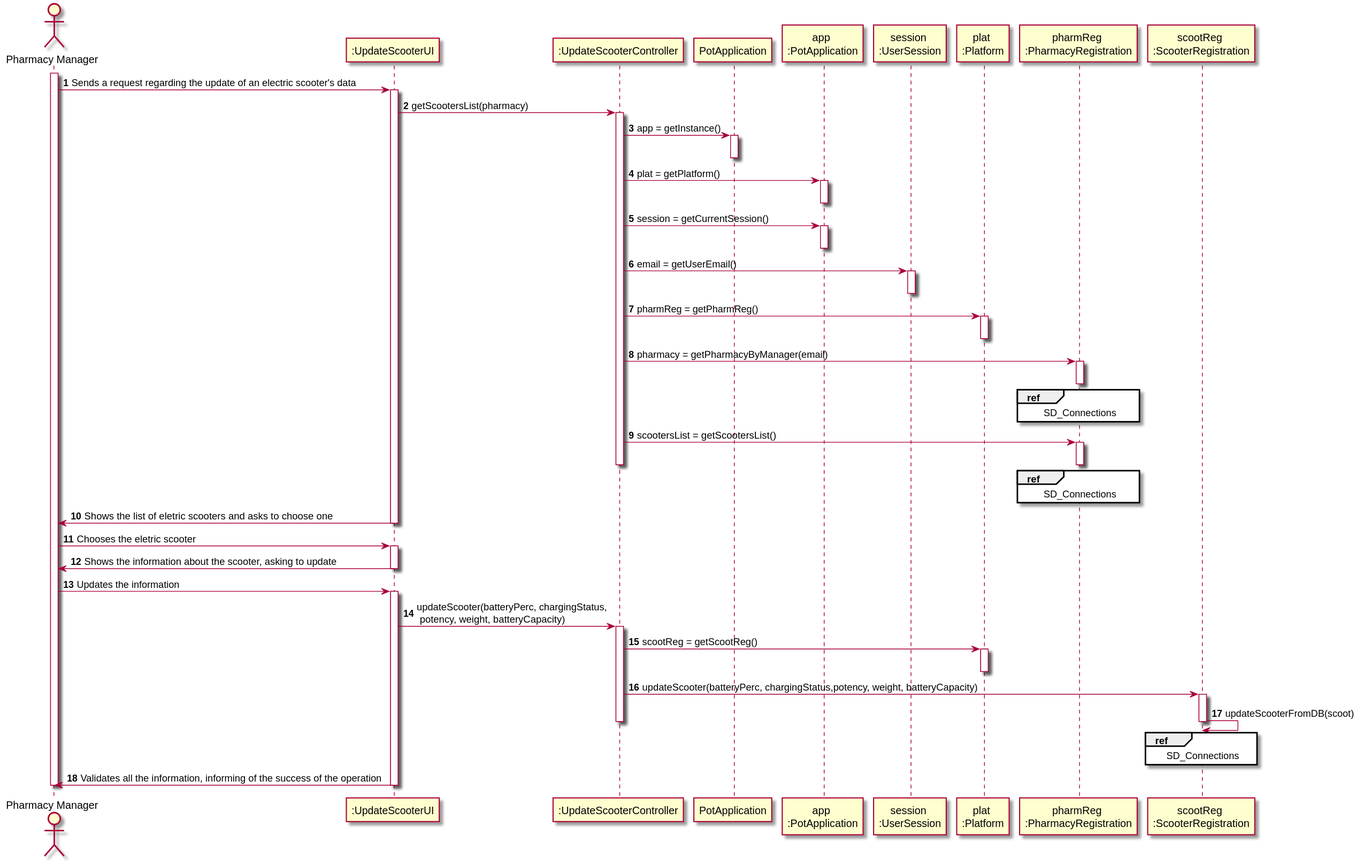
This is docs/Iteration 1/Scooter Management/US32_UpdateScooter/US32_SD.svg from tiagoavcosta25/LAPR3, a PlantUML export, as it was before one commit.
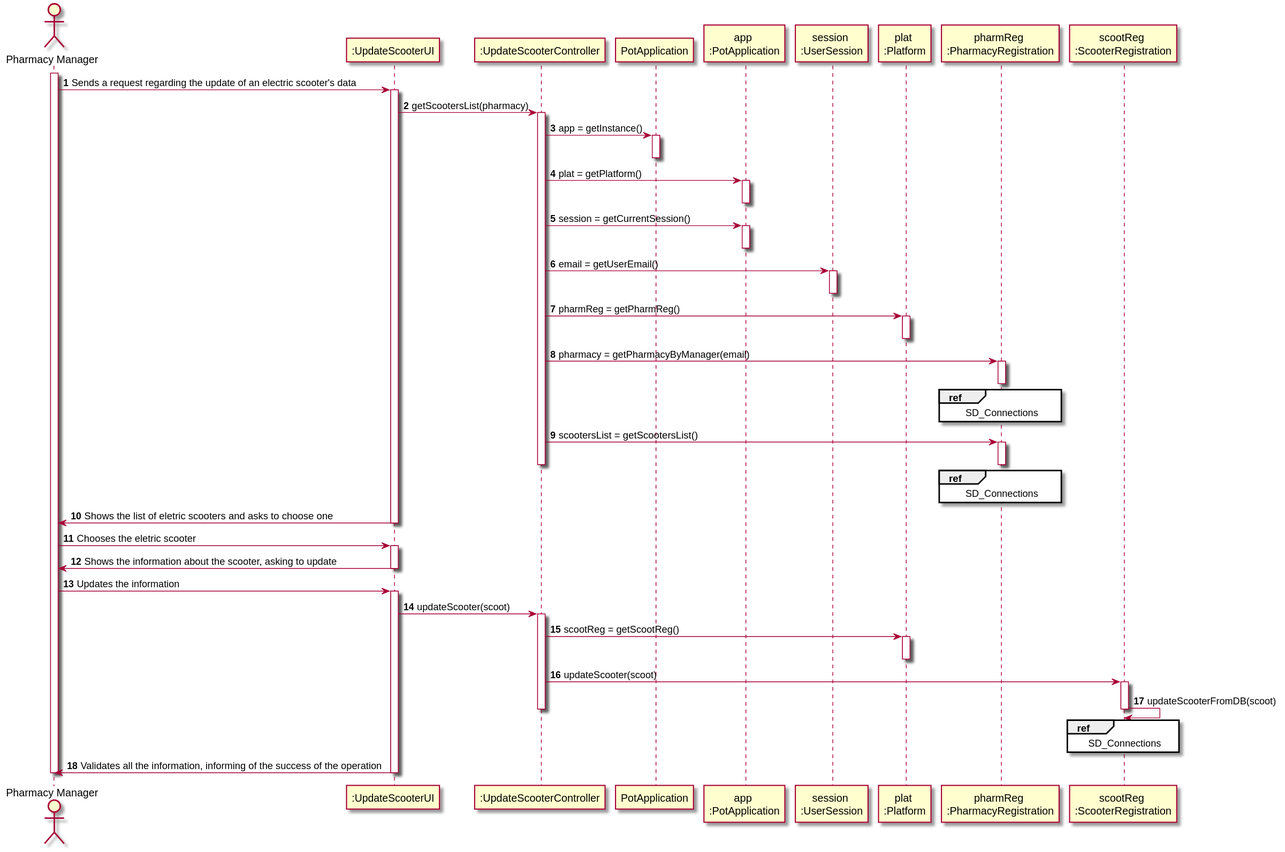
The same diagram one commit later.

What changed in the source:
```diff
@@ -58,12 +58,12 @@
 
 PHARMAN -> UI : Updates the information
 activate UI
-UI -> CTRL : updateScooter(batteryPerc, chargingStatus,\n potency, weight, batteryCapacity)
+UI -> CTRL : updateScooter(scoot)
 activate CTRL
 CTRL -> PLAT : scootReg = getScootReg()
 activate PLAT
 deactivate PLAT
-CTRL -> RS : updateScooter(batteryPerc, chargingStatus,potency, weight, batteryCapacity)
+CTRL -> RS : updateScooter(scoot)
 activate RS
 RS -> RS : updateScooterFromDB(scoot)
 ref over RS
```
